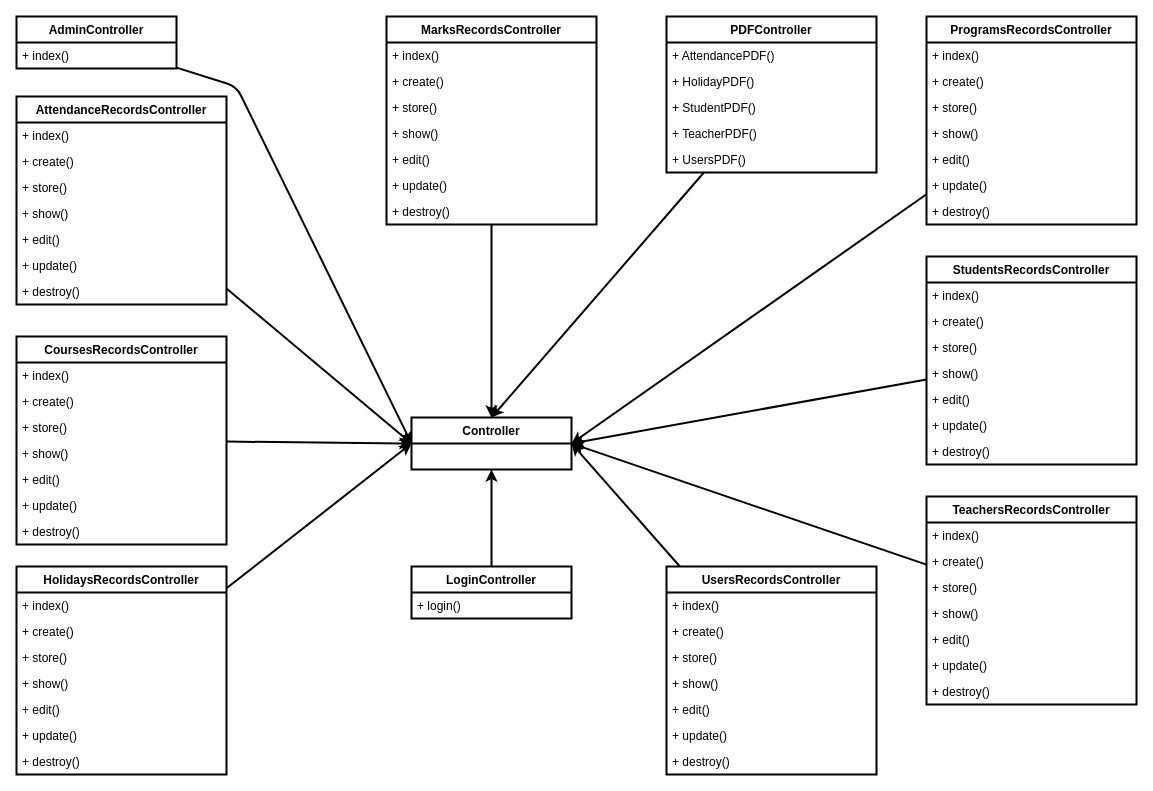
Before: public/drawio/admincontrollerclassdiagram.drawio in kabirdeula/EMIS, a draw.io diagram. Source tidied: cells renumbered, new cells numbered last; positions are measured from the earlier drawing's top-left corner, leaving out a move shared by most shapes. Both pictures are drawn from the tidied source at 100%, with x=0, y=0 at pixel (16, 16).
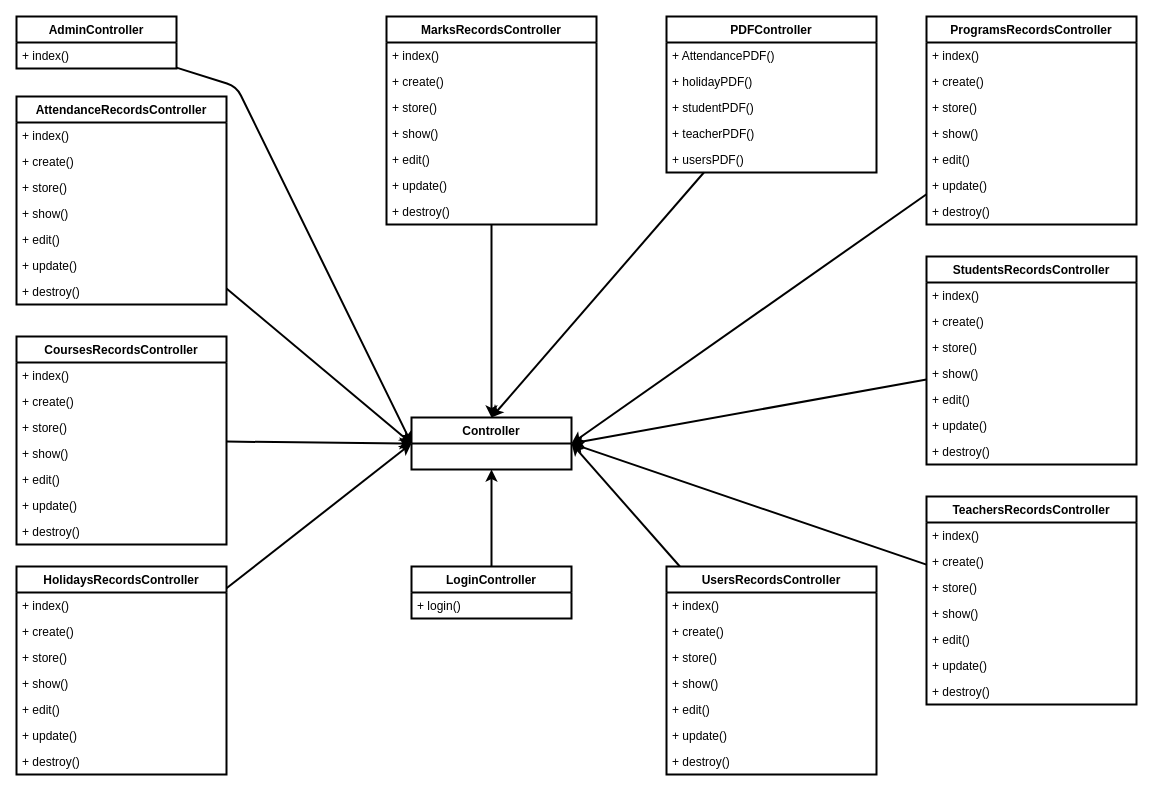
The same diagram, later.

Unchanged cells that the change refers to:
```xml
<mxCell id="43" value="PDFController" style="swimlane;fontStyle=1;align=center;verticalAlign=top;horizontal=1;startSize=26;strokeWidth=2;" parent="1" vertex="1">
  <mxGeometry x="650" width="210" height="156" as="geometry" />
</mxCell>
```

The edit, as a diff of the source:
```diff
@@
-    <mxCell id="45" value="+ HolidayPDF()" style="text;strokeColor=none;fillColor=none;align=left;verticalAlign=top;spacingLeft=4;spacingRight=4;overflow=hidden;strokeWidth=2;" parent="43" vertex="1">
+    <mxCell id="45" value="+ holidayPDF()" style="text;strokeColor=none;fillColor=none;align=left;verticalAlign=top;spacingLeft=4;spacingRight=4;overflow=hidden;strokeWidth=2;" parent="43" vertex="1">
       <mxGeometry y="52" width="210" height="26" as="geometry" />
     </mxCell>
-    <mxCell id="46" value="+ StudentPDF()" style="text;strokeColor=none;fillColor=none;align=left;verticalAlign=top;spacingLeft=4;spacingRight=4;overflow=hidden;strokeWidth=2;" parent="43" vertex="1">
+    <mxCell id="46" value="+ studentPDF()" style="text;strokeColor=none;fillColor=none;align=left;verticalAlign=top;spacingLeft=4;spacingRight=4;overflow=hidden;strokeWidth=2;" parent="43" vertex="1">
       <mxGeometry y="78" width="210" height="26" as="geometry" />
     </mxCell>
-    <mxCell id="47" value="+ TeacherPDF()" style="text;strokeColor=none;fillColor=none;align=left;verticalAlign=top;spacingLeft=4;spacingRight=4;overflow=hidden;strokeWidth=2;" parent="43" vertex="1">
+    <mxCell id="47" value="+ teacherPDF()" style="text;strokeColor=none;fillColor=none;align=left;verticalAlign=top;spacingLeft=4;spacingRight=4;overflow=hidden;strokeWidth=2;" parent="43" vertex="1">
       <mxGeometry y="104" width="210" height="26" as="geometry" />
     </mxCell>
-    <mxCell id="48" value="+ UsersPDF()" style="text;strokeColor=none;fillColor=none;align=left;verticalAlign=top;spacingLeft=4;spacingRight=4;overflow=hidden;strokeWidth=2;" parent="43" vertex="1">
+    <mxCell id="48" value="+ usersPDF()" style="text;strokeColor=none;fillColor=none;align=left;verticalAlign=top;spacingLeft=4;spacingRight=4;overflow=hidden;strokeWidth=2;" parent="43" vertex="1">
       <mxGeometry y="130" width="210" height="26" as="geometry" />
     </mxCell>
```
